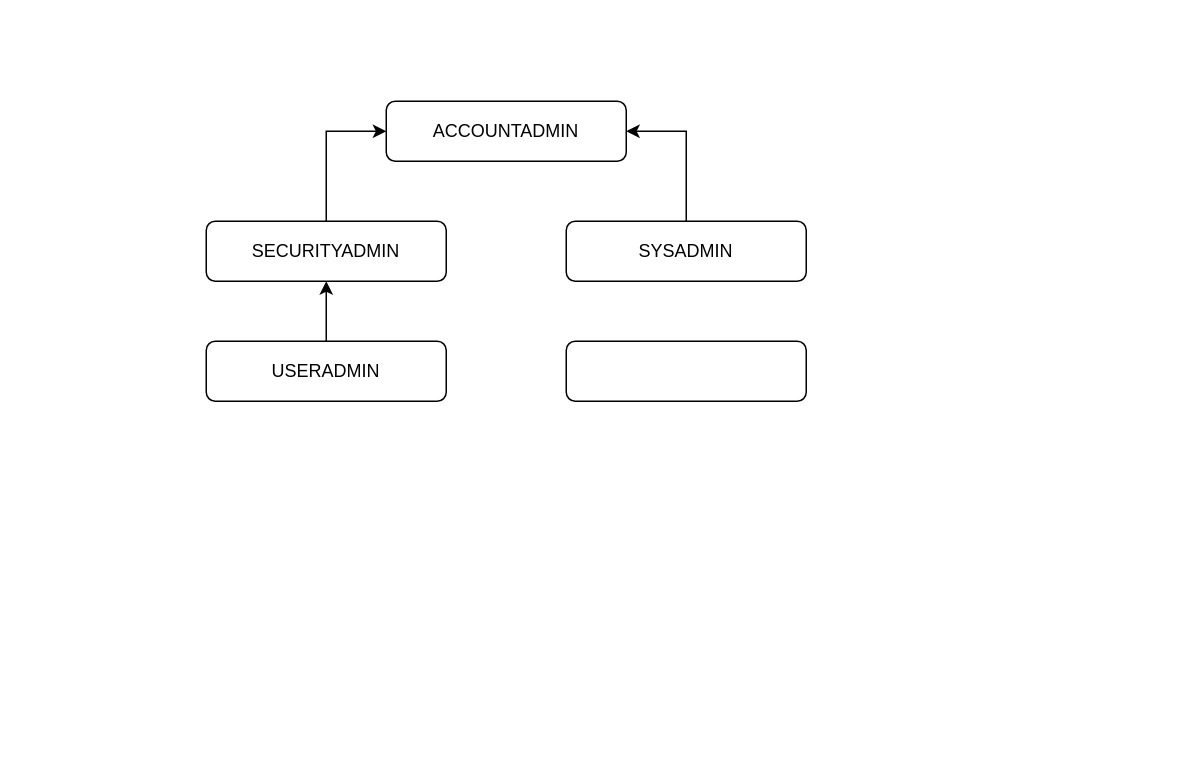
The draw.io diagram ROLE_HEIRARCHY.drawio in rushal1209/draw.io, before the edit. Source tidied: cells renumbered, new cells numbered last; positions are measured from the earlier drawing's top-left corner, leaving out a move shared by most shapes. Both pictures are drawn from the tidied source at 150%, with x=0, y=0 at pixel (206, 100).
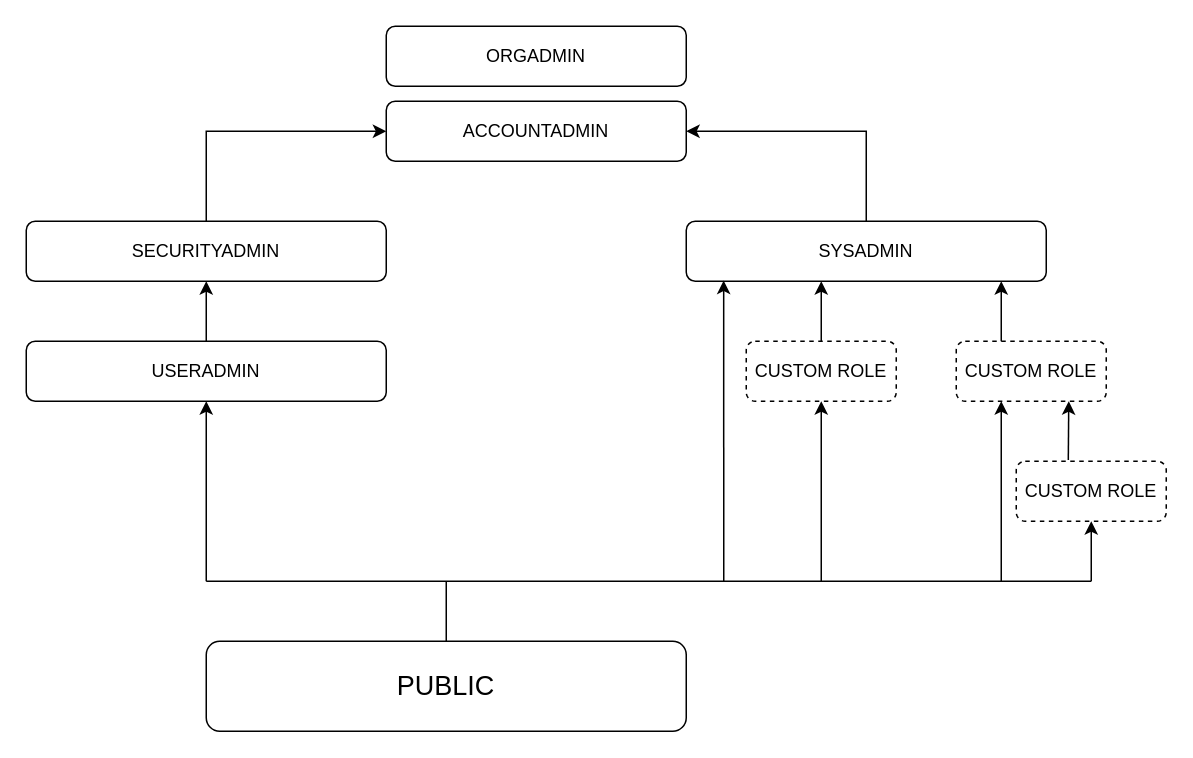
The same page after the edit.

The edit, as a diff of the source:
```diff
@@
     <mxCell id="2" value="ACCOUNTADMIN" style="rounded=1;whiteSpace=wrap;html=1;" parent="1" vertex="1">
-      <mxGeometry x="120" width="160" height="40" as="geometry" />
+      <mxGeometry x="120" width="200" height="40" as="geometry" />
     </mxCell>
-    <mxCell id="3" style="edgeStyle=orthogonalEdgeStyle;rounded=0;jettySize=auto;html=1;entryX=0;entryY=0.5;entryDx=0;entryDy=0;" parent="1" edge="1" source="4" target="2">
+    <mxCell id="3" style="edgeStyle=orthogonalEdgeStyle;rounded=0;jettySize=auto;html=1;entryX=0;entryY=0.5;entryDx=0;entryDy=0;exitX=0.5;exitY=0;exitDx=0;exitDy=0;" parent="1" edge="1" source="4" target="2">
       <mxGeometry relative="1" as="geometry">
         <Array as="points">
-          <mxPoint x="80" y="20" />
+          <mxPoint y="20" />
         </Array>
       </mxGeometry>
     </mxCell>
     <mxCell id="4" value="SECURITYADMIN" style="rounded=1;whiteSpace=wrap;html=1;" parent="1" vertex="1">
-      <mxGeometry y="80" width="160" height="40" as="geometry" />
+      <mxGeometry x="-120" y="80" width="240" height="40" as="geometry" />
     </mxCell>
@@
     <mxCell id="6" value="SYSADMIN" style="rounded=1;whiteSpace=wrap;html=1;" parent="1" vertex="1">
-      <mxGeometry x="240" y="80" width="160" height="40" as="geometry" />
+      <mxGeometry x="320" y="80" width="240" height="40" as="geometry" />
     </mxCell>
@@
+    <mxCell id="10" style="edgeStyle=none;rounded=0;jettySize=auto;html=1;endArrow=classic;endFill=1;entryX=0.5;entryY=1;entryDx=0;entryDy=0;" parent="1" edge="1" target="8">
+      <mxGeometry relative="1" as="geometry">
+        <mxPoint y="320" as="sourcePoint" />
+      </mxGeometry>
+    </mxCell>
     <mxCell id="8" value="USERADMIN" style="rounded=1;whiteSpace=wrap;html=1;" parent="1" vertex="1">
-      <mxGeometry y="160" width="160" height="40" as="geometry" />
+      <mxGeometry x="-120" y="160" width="240" height="40" as="geometry" />
     </mxCell>
-    <mxCell id="9" style="rounded=1;whiteSpace=wrap;html=1;" parent="1" vertex="1">
-      <mxGeometry x="240" y="160" width="160" height="40" as="geometry" />
+    <mxCell id="9" value="CUSTOM ROLE" style="rounded=1;whiteSpace=wrap;html=1;strokeColor=default;dashed=1;" parent="1" vertex="1">
+      <mxGeometry x="360" y="160" width="100" height="40" as="geometry" />
     </mxCell>
+    <mxCell id="11" value="CUSTOM ROLE" style="rounded=1;whiteSpace=wrap;html=1;strokeColor=default;dashed=1;" parent="1" vertex="1">
+      <mxGeometry x="500" y="160" width="100" height="40" as="geometry" />
+    </mxCell>
+    <mxCell id="12" style="edgeStyle=none;rounded=0;jettySize=auto;html=1;startArrow=none;startFill=0;endArrow=none;endFill=0;" parent="1" edge="1" source="13">
+      <mxGeometry relative="1" as="geometry">
+        <mxPoint x="160" y="320" as="targetPoint" />
+      </mxGeometry>
+    </mxCell>
+    <mxCell id="13" value="&lt;font style=&quot;font-size: 18px;&quot;&gt;PUBLIC&lt;/font&gt;" style="rounded=1;whiteSpace=wrap;html=1;" parent="1" vertex="1">
+      <mxGeometry y="360" width="320" height="60" as="geometry" />
+    </mxCell>
+    <mxCell id="14" style="endArrow=none;html=1;rounded=0;" parent="1" edge="1">
+      <mxGeometry relative="1" as="geometry">
+        <mxPoint y="320" as="sourcePoint" />
+        <mxPoint x="590" y="320" as="targetPoint" />
+        <Array as="points">
+          <mxPoint x="270" y="320" />
+        </Array>
+      </mxGeometry>
+    </mxCell>
+    <mxCell id="15" style="endArrow=classic;html=1;rounded=0;entryX=0.104;entryY=0.989;entryDx=0;entryDy=0;entryPerimeter=0;" parent="1" edge="1" target="6">
+      <mxGeometry relative="1" as="geometry">
+        <mxPoint x="345" y="320" as="sourcePoint" />
+      </mxGeometry>
+    </mxCell>
+    <mxCell id="16" style="endArrow=classic;html=1;rounded=0;entryX=0.5;entryY=1;entryDx=0;entryDy=0;" parent="1" edge="1" target="9">
+      <mxGeometry relative="1" as="geometry">
+        <mxPoint x="410" y="320" as="sourcePoint" />
+      </mxGeometry>
+    </mxCell>
+    <mxCell id="17" value="CUSTOM ROLE" style="rounded=1;whiteSpace=wrap;html=1;strokeColor=default;dashed=1;" parent="1" vertex="1">
+      <mxGeometry x="540" y="240" width="100" height="40" as="geometry" />
+    </mxCell>
+    <mxCell id="18" style="endArrow=classic;html=1;rounded=0;" parent="1" edge="1">
+      <mxGeometry relative="1" as="geometry">
+        <mxPoint x="530" y="320" as="sourcePoint" />
+        <mxPoint x="530" y="200" as="targetPoint" />
+      </mxGeometry>
+    </mxCell>
+    <mxCell id="19" style="endArrow=classic;html=1;rounded=0;entryX=0.75;entryY=1;entryDx=0;entryDy=0;exitX=0.347;exitY=-0.022;exitDx=0;exitDy=0;exitPerimeter=0;" parent="1" edge="1" source="17" target="11">
+      <mxGeometry relative="1" as="geometry" />
+    </mxCell>
+    <mxCell id="20" style="endArrow=classic;html=1;rounded=0;entryX=0.5;entryY=1;entryDx=0;entryDy=0;" parent="1" edge="1" target="17">
+      <mxGeometry relative="1" as="geometry">
+        <mxPoint x="590" y="320" as="sourcePoint" />
+      </mxGeometry>
+    </mxCell>
+    <mxCell id="21" style="endArrow=classic;html=1;rounded=0;exitX=0.5;exitY=0;exitDx=0;exitDy=0;" parent="1" edge="1" source="9">
+      <mxGeometry relative="1" as="geometry">
+        <mxPoint x="410" y="120" as="targetPoint" />
+      </mxGeometry>
+    </mxCell>
+    <mxCell id="22" style="endArrow=classic;html=1;rounded=0;" parent="1" edge="1">
+      <mxGeometry relative="1" as="geometry">
+        <mxPoint x="530" y="160" as="sourcePoint" />
+        <mxPoint x="530" y="120" as="targetPoint" />
+      </mxGeometry>
+    </mxCell>
+    <mxCell id="23" value="ORGADMIN" style="rounded=1;whiteSpace=wrap;html=1;" parent="1" vertex="1">
+      <mxGeometry x="120" y="-50" width="200" height="40" as="geometry" />
+    </mxCell>
```
